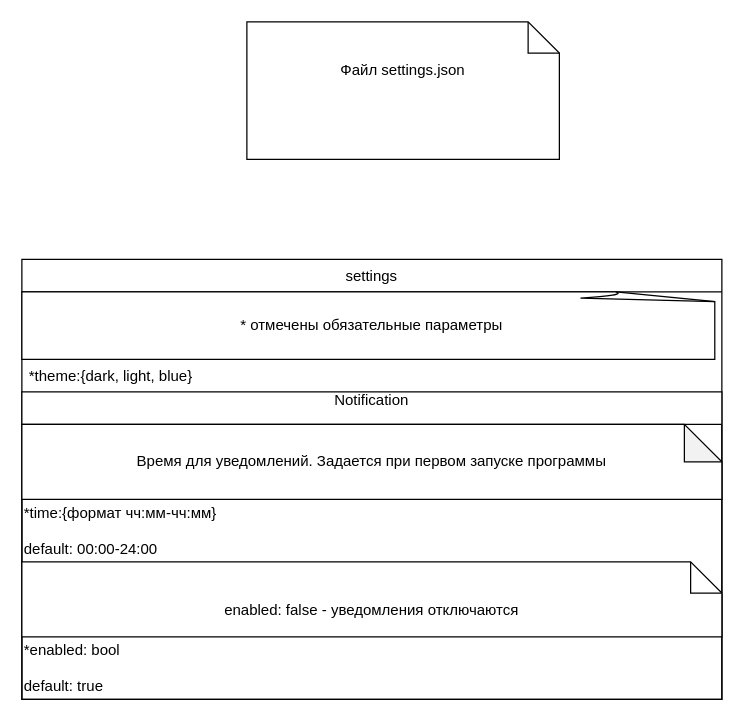
Before: page "UserSettings" (2 of 3) of SpacedRepetition.drawio in DenisPald/spaced-repetition, a draw.io diagram. Source tidied: cells renumbered, new cells numbered last; positions are measured from the earlier drawing's top-left corner, leaving out a move shared by most shapes. Both pictures are drawn from the tidied source at 125%, with x=0, y=0 at pixel (21, 21).
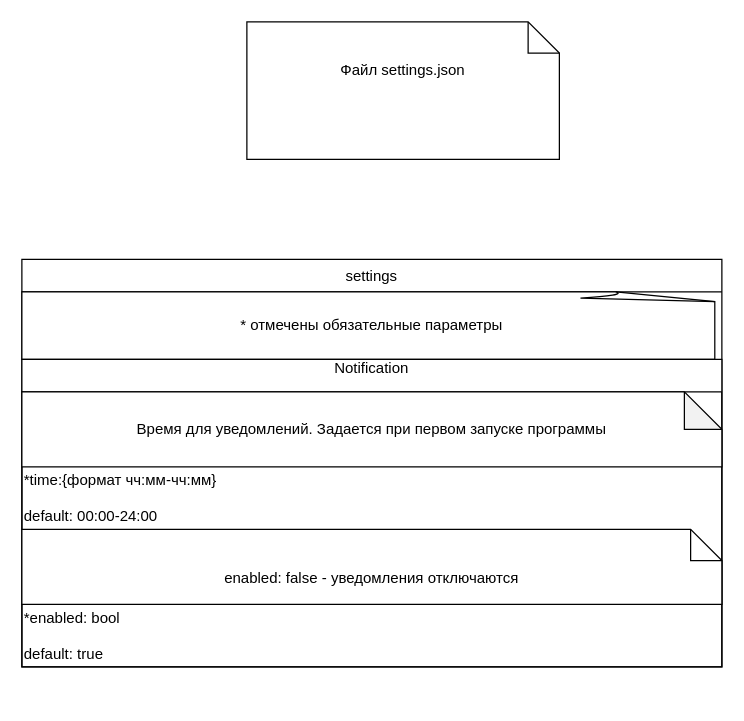
Above is the later version.

Diff of the diagram source:
```diff
@@
 <mxGraphModel>
   <root>
     <mxCell id="0" />
     <mxCell id="1" parent="0" />
     <mxCell id="2" value="Файл settings.json" style="shape=note2;boundedLbl=1;whiteSpace=wrap;html=1;size=25;verticalAlign=top;align=center;" parent="1" vertex="1">
       <mxGeometry x="180" width="250" height="110" as="geometry" />
     </mxCell>
     <mxCell id="3" value="settings" style="swimlane;fontStyle=0;horizontal=1;startSize=26;" parent="1" vertex="1">
-      <mxGeometry y="190" width="560" height="352" as="geometry" />
+      <mxGeometry y="190" width="560" height="326" as="geometry" />
     </mxCell>
     <mxCell id="4" value="* отмечены обязательные параметры" style="whiteSpace=wrap;html=1;shape=mxgraph.basic.document;" parent="3" vertex="1">
       <mxGeometry y="26" width="560" height="54" as="geometry" />
     </mxCell>
-    <mxCell id="5" value="*theme:{dark, light, blue}" style="text;strokeColor=none;fillColor=none;align=left;verticalAlign=top;spacingLeft=4;spacingRight=4;overflow=hidden;" parent="3" vertex="1">
-      <mxGeometry y="80" width="560" height="26" as="geometry" />
-    </mxCell>
     <mxCell id="6" value="Notification&#10;" style="swimlane;fontStyle=0;horizontal=1;startSize=26;" parent="3" vertex="1">
-      <mxGeometry y="106" width="560" height="246" as="geometry" />
+      <mxGeometry y="80" width="560" height="246" as="geometry" />
     </mxCell>
     <mxCell id="7" value="Время для уведомлений. Задается при первом запуске программы" style="shape=note;whiteSpace=wrap;html=1;backgroundOutline=1;darkOpacity=0.05;" parent="6" vertex="1">
       <mxGeometry y="26" width="560" height="60" as="geometry" />
     </mxCell>
     <mxCell id="8" value="*time:{формат чч:мм-чч:мм}&lt;br&gt;&lt;br&gt;default: 00:00-24:00" style="text;html=1;align=left;verticalAlign=middle;strokeColor=none;" parent="6" vertex="1">
       <mxGeometry y="86" width="560" height="50" as="geometry" />
     </mxCell>
     <mxCell id="9" value="enabled: false - уведомления отключаются" style="shape=note2;boundedLbl=1;whiteSpace=wrap;html=1;size=25;verticalAlign=top;align=center;" parent="6" vertex="1">
       <mxGeometry y="136" width="560" height="60" as="geometry" />
     </mxCell>
     <mxCell id="10" value="*enabled: bool&lt;br&gt;&lt;br&gt;default: true" style="text;html=1;align=left;verticalAlign=middle;strokeColor=none;" parent="6" vertex="1">
       <mxGeometry y="196" width="560" height="50" as="geometry" />
     </mxCell>
   </root>
 </mxGraphModel>
```
